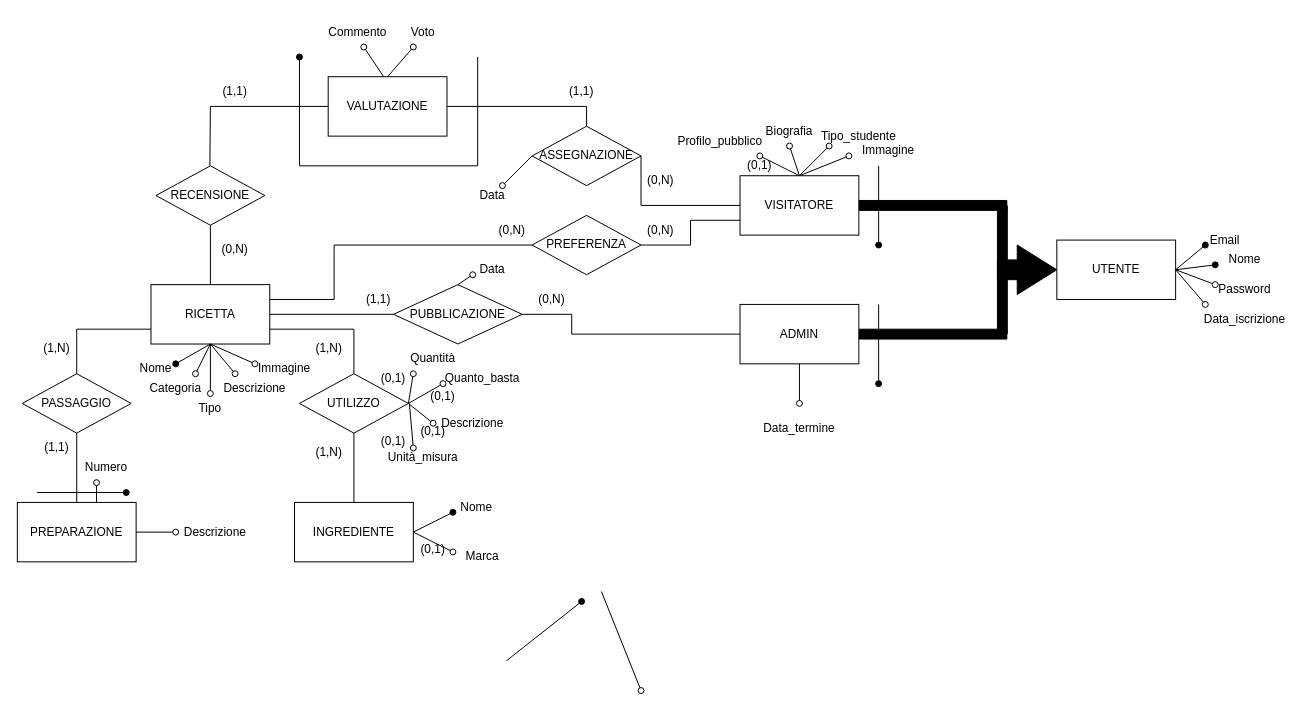
Earlier version of the draw.io diagram page "Page-2" (2 of 2) of DB uni-cooked.drawio (Uni-cooked/uni-cooked). Source tidied: cells renumbered, new cells numbered last; positions are measured from the earlier drawing's top-left corner, leaving out a move shared by most shapes. Both pictures are drawn from the tidied source at 99%, with x=0, y=0 at pixel (17, 17).
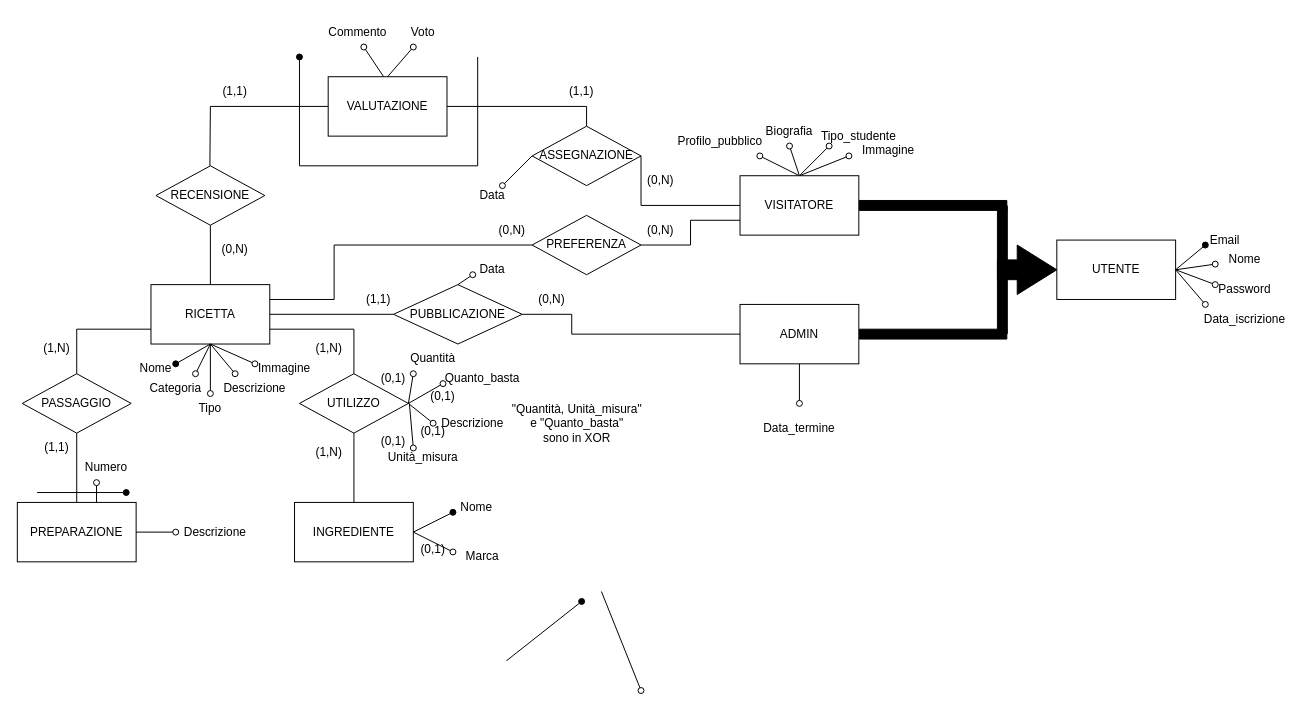
The same diagram, later.

The change refers to these unchanged cells:
```xml
<mxCell id="66" value="Nome" style="text;html=1;align=center;verticalAlign=middle;whiteSpace=wrap;rounded=0;" parent="1" vertex="1">
  <mxGeometry x="1210" y="230" width="60" height="30" as="geometry" />
</mxCell>
```

The edit, as a diff of the source:
```diff
@@
-    <mxCell id="58" style="endArrow=none;html=1;rounded=0;startArrow=oval;startFill=1;entryX=1;entryY=0.5;entryDx=0;entryDy=0;" parent="1" edge="1">
-      <mxGeometry relative="1" as="geometry">
-        <mxPoint x="1210" y="250" as="sourcePoint" />
-        <mxPoint x="1170" y="255" as="targetPoint" />
-      </mxGeometry>
-    </mxCell>
@@
-    <mxCell id="83" style="endArrow=none;html=1;rounded=0;startArrow=oval;startFill=1;" parent="1" edge="1">
-      <mxGeometry relative="1" as="geometry">
-        <mxPoint x="870" y="370" as="sourcePoint" />
-        <mxPoint x="870" y="290" as="targetPoint" />
-      </mxGeometry>
-    </mxCell>
-    <mxCell id="84" style="endArrow=none;html=1;rounded=0;startArrow=oval;startFill=1;" parent="1" edge="1">
-      <mxGeometry relative="1" as="geometry">
-        <mxPoint x="870" y="230" as="sourcePoint" />
-        <mxPoint x="870" y="150" as="targetPoint" />
-      </mxGeometry>
-    </mxCell>
@@
-    <mxCell id="88" value="(0,1)" style="text;html=1;align=center;verticalAlign=middle;whiteSpace=wrap;rounded=0;" parent="1" vertex="1">
-      <mxGeometry x="720" y="135" width="60" height="30" as="geometry" />
-    </mxCell>
@@
+    <mxCell id="107" style="endArrow=none;html=1;rounded=0;startArrow=oval;startFill=0;" parent="1" edge="1" source="66">
+      <mxGeometry relative="1" as="geometry">
+        <mxPoint x="1170" y="255" as="targetPoint" />
+      </mxGeometry>
+    </mxCell>
+    <mxCell id="108" value="&quot;Quantità, Unità_misura&quot;&lt;div&gt;e&amp;nbsp;&lt;span style=&quot;background-color: initial;&quot;&gt;&quot;Quanto_basta&quot;&lt;/span&gt;&lt;/div&gt;&lt;div&gt;&lt;span style=&quot;background-color: initial;&quot;&gt;sono in XOR&lt;/span&gt;&lt;/div&gt;" style="text;html=1;align=center;verticalAlign=middle;strokeColor=none;fillColor=none;" parent="1" vertex="1">
+      <mxGeometry x="490" y="380" width="150" height="60" as="geometry" />
+    </mxCell>
```
